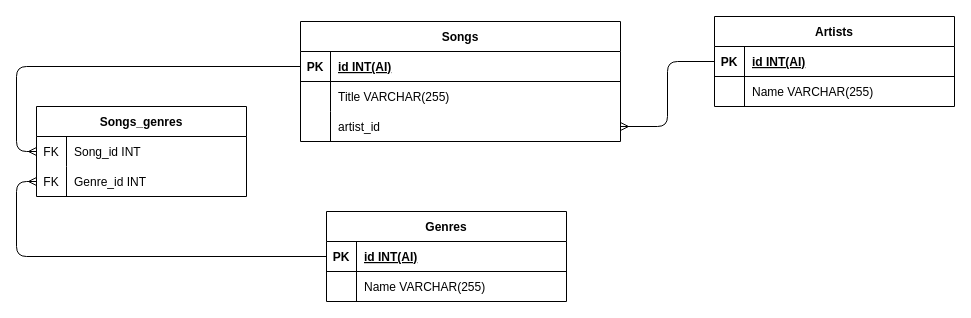
MakuninIII/BD_lab0 keeps this draw.io diagram as л.р 0.drawio. Above is the earlier version. Source tidied: cells renumbered, new cells numbered last; positions are measured from the earlier drawing's top-left corner, leaving out a move shared by most shapes. Both pictures are drawn from the tidied source at 100%, with x=0, y=0 at pixel (36, 16).
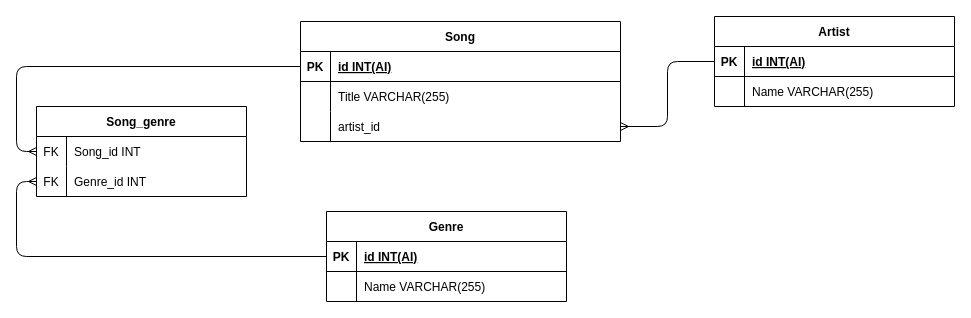
After the change.

Commit message:
Схема структуры базы данных

The edit, as a diff of the source:
```diff
@@
-    <mxCell id="2" value="Genres" style="shape=table;startSize=30;childLayout=tableLayout;rowLines=0;fontStyle=1;align=center;" parent="1" vertex="1">
+    <mxCell id="2" value="Genre" style="shape=table;startSize=30;childLayout=tableLayout;rowLines=0;fontStyle=1;align=center;" parent="1" vertex="1">
       <mxGeometry x="290" y="195" width="240" height="90" as="geometry" />
     </mxCell>
@@
-    <mxCell id="9" value="Songs" style="shape=table;startSize=30;childLayout=tableLayout;rowLines=0;fontStyle=1;align=center;" parent="1" vertex="1">
+    <mxCell id="9" value="Song" style="shape=table;startSize=30;childLayout=tableLayout;rowLines=0;fontStyle=1;align=center;" parent="1" vertex="1">
       <mxGeometry x="264" y="5" width="320" height="120" as="geometry" />
     </mxCell>
@@
-    <mxCell id="19" value="Artists" style="shape=table;startSize=30;childLayout=tableLayout;rowLines=0;fontStyle=1;align=center;" parent="1" vertex="1">
+    <mxCell id="19" value="Artist" style="shape=table;startSize=30;childLayout=tableLayout;rowLines=0;fontStyle=1;align=center;" parent="1" vertex="1">
       <mxGeometry x="678" width="240" height="90" as="geometry" />
     </mxCell>
@@
-    <mxCell id="27" value="Songs_genres" style="shape=table;startSize=30;childLayout=tableLayout;rowLines=0;fontStyle=1;align=center;" parent="1" vertex="1">
+    <mxCell id="27" value="Song_genre" style="shape=table;startSize=30;childLayout=tableLayout;rowLines=0;fontStyle=1;align=center;" parent="1" vertex="1">
       <mxGeometry y="90" width="210" height="90" as="geometry" />
     </mxCell>
```
